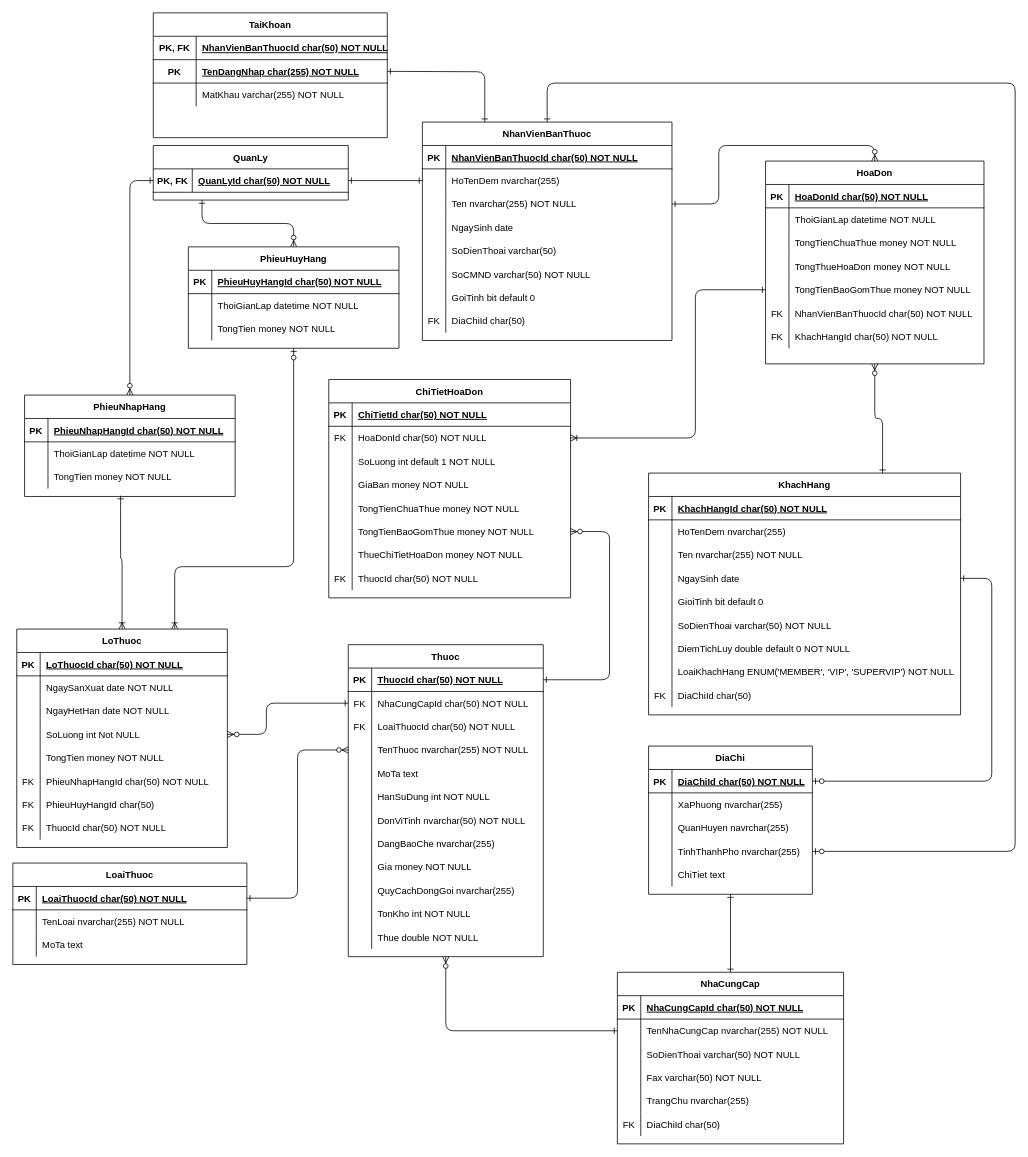
This is phamarcy_ERD.drawio from duchoan6814/Truong-Duc-Hoan, a draw.io file, before an edit. Source tidied: cells renumbered, new cells numbered last; positions are measured from the earlier drawing's top-left corner, leaving out a move shared by most shapes. Both pictures are drawn from the tidied source at 78%, with x=0, y=0 at pixel (12, 12).
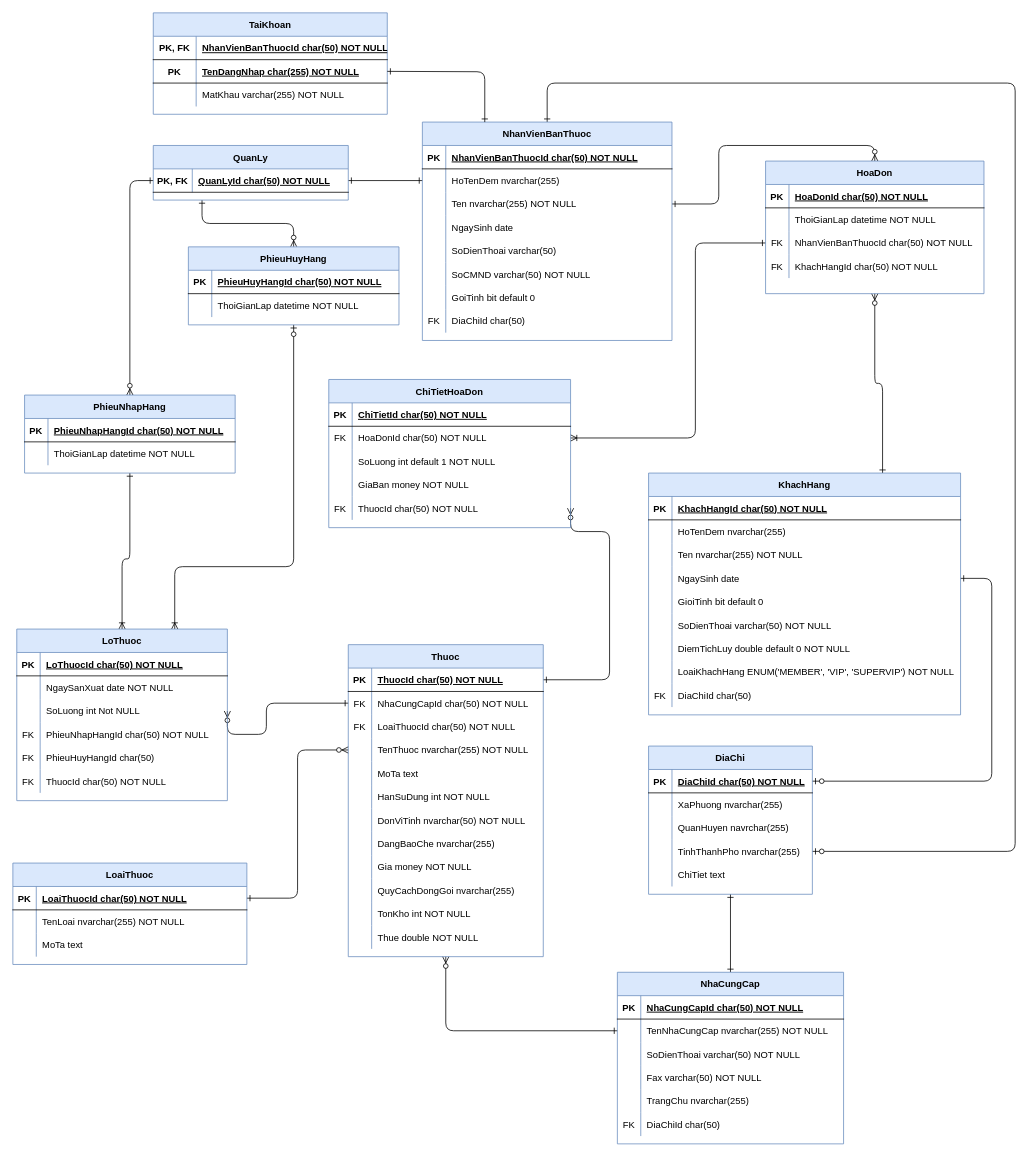
The same page after the edit.

The change refers to these unchanged cells:
```xml
<mxCell id="15" style="shape=partialRectangle;fillColor=none;top=0;left=0;bottom=0;right=0;points=[[0,0.5],[1,0.5]];portConstraint=eastwest;" parent="11" vertex="1">
  <mxGeometry y="60" width="310" height="30" as="geometry" />
</mxCell>
<mxCell id="65" style="shape=partialRectangle;fillColor=none;top=0;left=0;bottom=1;right=0;points=[[0,0.5],[1,0.5]];portConstraint=eastwest;" parent="64" vertex="1">
  <mxGeometry y="30" width="250" height="30" as="geometry" />
</mxCell>
```

The edit, as a diff of the source:
```diff
@@
-    <mxCell id="2" style="edgeStyle=orthogonalEdgeStyle;jettySize=auto;html=1;exitX=0;exitY=0.5;exitDx=0;exitDy=0;entryX=1;entryY=0.5;entryDx=0;entryDy=0;endArrow=ERoneToMany;endFill=0;startArrow=ERone;startFill=0;rounded=1;" parent="1" edge="1" source="53" target="15">
+    <mxCell id="2" style="edgeStyle=orthogonalEdgeStyle;jettySize=auto;html=1;exitX=0;exitY=0.5;exitDx=0;exitDy=0;entryX=1;entryY=0.5;entryDx=0;entryDy=0;endArrow=ERoneToMany;endFill=0;startArrow=ERone;startFill=0;rounded=1;" parent="1" edge="1" target="15">
       <mxGeometry relative="1" as="geometry">
+        <mxPoint x="965" y="295" as="sourcePoint" />
         <Array as="points">
-          <mxPoint x="875" y="355" />
+          <mxPoint x="875" y="295" />
           <mxPoint x="875" y="545" />
         </Array>
       </mxGeometry>
     </mxCell>
-    <mxCell id="3" style="edgeStyle=orthogonalEdgeStyle;rounded=1;jettySize=auto;html=1;exitX=1;exitY=0.5;exitDx=0;exitDy=0;entryX=1;entryY=0.5;entryDx=0;entryDy=0;startArrow=ERone;startFill=0;endArrow=ERzeroToMany;endFill=1;" parent="1" edge="1" source="65" target="27">
+    <mxCell id="3" style="edgeStyle=orthogonalEdgeStyle;rounded=1;jettySize=auto;html=1;exitX=1;exitY=0.5;exitDx=0;exitDy=0;entryX=1;entryY=0.5;entryDx=0;entryDy=0;startArrow=ERone;startFill=0;endArrow=ERzeroToMany;endFill=1;" parent="1" edge="1" source="65">
       <mxGeometry relative="1" as="geometry">
+        <mxPoint x="715" y="635" as="targetPoint" />
         <Array as="points">
           <mxPoint x="765" y="855" />
           <mxPoint x="765" y="665" />
         </Array>
       </mxGeometry>
     </mxCell>
@@
-    <mxCell id="11" value="ChiTietHoaDon" style="shape=table;startSize=30;childLayout=tableLayout;rowLines=0;fontStyle=1;align=center;" parent="1" vertex="1">
-      <mxGeometry x="405" y="470" width="310" height="280" as="geometry" />
+    <mxCell id="11" value="ChiTietHoaDon" style="shape=table;startSize=30;childLayout=tableLayout;rowLines=0;fontStyle=1;align=center;fillColor=#dae8fc;strokeColor=#6c8ebf;" parent="1" vertex="1">
+      <mxGeometry x="405" y="470" width="310" height="190" as="geometry" />
     </mxCell>
@@
-    <mxCell id="24" style="shape=partialRectangle;fillColor=none;top=0;left=0;bottom=0;right=0;" parent="11" vertex="1">
-      <mxGeometry y="150" width="310" height="30" as="geometry" />
-    </mxCell>
-    <mxCell id="25" style="shape=partialRectangle;fillColor=none;top=0;left=0;bottom=0;right=0;overflow=hidden;" parent="24" vertex="1">
-      <mxGeometry width="30" height="30" as="geometry" />
-    </mxCell>
-    <mxCell id="26" value="TongTienChuaThue money NOT NULL" style="shape=partialRectangle;fillColor=none;top=0;left=0;bottom=0;right=0;align=left;spacingLeft=6;overflow=hidden;" parent="24" vertex="1">
-      <mxGeometry x="30" width="280" height="30" as="geometry" />
-    </mxCell>
-    <mxCell id="27" style="shape=partialRectangle;fillColor=none;top=0;left=0;bottom=0;right=0;points=[[0,0.5],[1,0.5]];portConstraint=eastwest;" parent="11" vertex="1">
-      <mxGeometry y="180" width="310" height="30" as="geometry" />
-    </mxCell>
-    <mxCell id="28" style="shape=partialRectangle;fillColor=none;top=0;left=0;bottom=0;right=0;overflow=hidden;" parent="27" vertex="1">
-      <mxGeometry width="30" height="30" as="geometry" />
-    </mxCell>
-    <mxCell id="29" value="TongTienBaoGomThue money NOT NULL" style="shape=partialRectangle;fillColor=none;top=0;left=0;bottom=0;right=0;align=left;spacingLeft=6;overflow=hidden;" parent="27" vertex="1">
-      <mxGeometry x="30" width="280" height="30" as="geometry" />
-    </mxCell>
-    <mxCell id="30" style="shape=partialRectangle;fillColor=none;top=0;left=0;bottom=0;right=0;" parent="11" vertex="1">
-      <mxGeometry y="210" width="310" height="30" as="geometry" />
-    </mxCell>
-    <mxCell id="31" style="shape=partialRectangle;fillColor=none;top=0;left=0;bottom=0;right=0;overflow=hidden;" parent="30" vertex="1">
-      <mxGeometry width="30" height="30" as="geometry" />
-    </mxCell>
-    <mxCell id="32" value="ThueChiTietHoaDon money NOT NULL" style="shape=partialRectangle;fillColor=none;top=0;left=0;bottom=0;right=0;align=left;spacingLeft=6;overflow=hidden;" parent="30" vertex="1">
-      <mxGeometry x="30" width="280" height="30" as="geometry" />
-    </mxCell>
     <mxCell id="33" style="shape=partialRectangle;fillColor=none;top=0;left=0;bottom=0;right=0;" parent="11" vertex="1">
-      <mxGeometry y="240" width="310" height="30" as="geometry" />
+      <mxGeometry y="150" width="310" height="30" as="geometry" />
     </mxCell>
@@
-    <mxCell id="39" style="edgeStyle=orthogonalEdgeStyle;jettySize=auto;html=1;exitX=0.5;exitY=0;exitDx=0;exitDy=0;entryX=0.456;entryY=1.3;entryDx=0;entryDy=0;startArrow=ERoneToMany;startFill=0;endArrow=ERone;endFill=0;rounded=1;entryPerimeter=0;" parent="1" edge="1" source="194" target="191">
+    <mxCell id="39" style="edgeStyle=orthogonalEdgeStyle;jettySize=auto;html=1;exitX=0.5;exitY=0;exitDx=0;exitDy=0;entryX=0.5;entryY=1;entryDx=0;entryDy=0;startArrow=ERoneToMany;startFill=0;endArrow=ERone;endFill=0;rounded=1;" parent="1" edge="1" source="194" target="184">
       <mxGeometry relative="1" as="geometry">
         <Array as="points">
           <mxPoint x="140" y="700" />
-          <mxPoint x="138" y="700" />
+          <mxPoint x="150" y="700" />
         </Array>
       </mxGeometry>
     </mxCell>
-    <mxCell id="40" value="HoaDon" style="shape=table;startSize=30;childLayout=tableLayout;rowLines=0;fontStyle=1;align=center;" parent="1" vertex="1">
-      <mxGeometry x="965" y="190" width="280" height="260" as="geometry" />
+    <mxCell id="40" value="HoaDon" style="shape=table;startSize=30;childLayout=tableLayout;rowLines=0;fontStyle=1;align=center;fillColor=#dae8fc;strokeColor=#6c8ebf;" parent="1" vertex="1">
+      <mxGeometry x="965" y="190" width="280" height="170" as="geometry" />
     </mxCell>
@@
-    <mxCell id="47" style="shape=partialRectangle;fillColor=none;top=0;left=0;right=0;bottom=0;" parent="40" vertex="1">
-      <mxGeometry y="90" width="280" height="30" as="geometry" />
-    </mxCell>
-    <mxCell id="48" style="shape=partialRectangle;overflow=hidden;fillColor=none;top=0;left=0;bottom=0;right=0;" parent="47" vertex="1">
-      <mxGeometry width="30" height="30" as="geometry" />
-    </mxCell>
-    <mxCell id="49" value="TongTienChuaThue money NOT NULL" style="shape=partialRectangle;overflow=hidden;fillColor=none;top=0;left=0;bottom=0;right=0;align=left;spacingLeft=6;" parent="47" vertex="1">
-      <mxGeometry x="30" width="250" height="30" as="geometry" />
-    </mxCell>
-    <mxCell id="50" style="shape=partialRectangle;fillColor=none;top=0;left=0;right=0;bottom=0;" parent="40" vertex="1">
-      <mxGeometry y="120" width="280" height="30" as="geometry" />
-    </mxCell>
-    <mxCell id="51" style="shape=partialRectangle;overflow=hidden;fillColor=none;top=0;left=0;bottom=0;right=0;" parent="50" vertex="1">
-      <mxGeometry width="30" height="30" as="geometry" />
-    </mxCell>
-    <mxCell id="52" value="TongThueHoaDon money NOT NULL" style="shape=partialRectangle;overflow=hidden;fillColor=none;top=0;left=0;bottom=0;right=0;align=left;spacingLeft=6;" parent="50" vertex="1">
-      <mxGeometry x="30" width="250" height="30" as="geometry" />
-    </mxCell>
-    <mxCell id="53" style="shape=partialRectangle;fillColor=none;points=[[0,0.5],[1,0.5]];portConstraint=eastwest;top=0;left=0;right=0;bottom=0;" parent="40" vertex="1">
-      <mxGeometry y="150" width="280" height="30" as="geometry" />
-    </mxCell>
-    <mxCell id="54" style="shape=partialRectangle;overflow=hidden;fillColor=none;top=0;left=0;bottom=0;right=0;" parent="53" vertex="1">
-      <mxGeometry width="30" height="30" as="geometry" />
-    </mxCell>
-    <mxCell id="55" value="TongTienBaoGomThue money NOT NULL" style="shape=partialRectangle;overflow=hidden;fillColor=none;top=0;left=0;bottom=0;right=0;align=left;spacingLeft=6;" parent="53" vertex="1">
-      <mxGeometry x="30" width="250" height="30" as="geometry" />
-    </mxCell>
     <mxCell id="56" style="shape=partialRectangle;fillColor=none;top=0;left=0;right=0;bottom=0;" parent="40" vertex="1">
-      <mxGeometry y="180" width="280" height="30" as="geometry" />
+      <mxGeometry y="90" width="280" height="30" as="geometry" />
     </mxCell>
@@
     <mxCell id="59" style="shape=partialRectangle;fillColor=none;top=0;left=0;right=0;bottom=0;" parent="40" vertex="1">
-      <mxGeometry y="210" width="280" height="30" as="geometry" />
+      <mxGeometry y="120" width="280" height="30" as="geometry" />
     </mxCell>
@@
-    <mxCell id="64" value="Thuoc" style="shape=table;startSize=30;childLayout=tableLayout;rowLines=0;fontStyle=1;align=center;" parent="1" vertex="1">
+    <mxCell id="64" value="Thuoc" style="shape=table;startSize=30;childLayout=tableLayout;rowLines=0;fontStyle=1;align=center;fillColor=#dae8fc;strokeColor=#6c8ebf;" parent="1" vertex="1">
       <mxGeometry x="430" y="810" width="250" height="400" as="geometry" />
     </mxCell>
@@
-    <mxCell id="101" value="KhachHang" style="shape=table;startSize=30;childLayout=tableLayout;rowLines=0;fontStyle=1;align=center;" parent="1" vertex="1">
+    <mxCell id="101" value="KhachHang" style="shape=table;startSize=30;childLayout=tableLayout;rowLines=0;fontStyle=1;align=center;fillColor=#dae8fc;strokeColor=#6c8ebf;" parent="1" vertex="1">
       <mxGeometry x="815" y="590" width="400" height="310" as="geometry" />
     </mxCell>
@@
-    <mxCell id="129" value="DiaChi" style="shape=table;startSize=30;childLayout=tableLayout;rowLines=0;fontStyle=1;align=center;" parent="1" vertex="1">
+    <mxCell id="129" value="DiaChi" style="shape=table;startSize=30;childLayout=tableLayout;rowLines=0;fontStyle=1;align=center;fillColor=#dae8fc;strokeColor=#6c8ebf;" parent="1" vertex="1">
       <mxGeometry x="815" y="940" width="210" height="190" as="geometry" />
     </mxCell>
@@
-    <mxCell id="145" value="NhanVienBanThuoc" style="shape=table;startSize=30;childLayout=tableLayout;rowLines=0;fontStyle=1;align=center;" parent="1" vertex="1">
+    <mxCell id="145" value="NhanVienBanThuoc" style="shape=table;startSize=30;childLayout=tableLayout;rowLines=0;fontStyle=1;align=center;fillColor=#dae8fc;strokeColor=#6c8ebf;" parent="1" vertex="1">
       <mxGeometry x="525" y="140" width="320" height="280" as="geometry" />
     </mxCell>
@@
-    <mxCell id="170" value="QuanLy" style="shape=table;startSize=30;childLayout=tableLayout;rowLines=0;fontStyle=1;align=center;" parent="1" vertex="1">
+    <mxCell id="170" value="QuanLy" style="shape=table;startSize=30;childLayout=tableLayout;rowLines=0;fontStyle=1;align=center;fillColor=#dae8fc;strokeColor=#6c8ebf;" parent="1" vertex="1">
       <mxGeometry x="180" y="170" width="250" height="70" as="geometry" />
     </mxCell>
@@
-    <mxCell id="174" value="PhieuHuyHang" style="shape=table;startSize=30;childLayout=tableLayout;rowLines=0;fontStyle=1;align=center;" parent="1" vertex="1">
-      <mxGeometry x="225" y="300" width="270" height="130" as="geometry" />
+    <mxCell id="174" value="PhieuHuyHang" style="shape=table;startSize=30;childLayout=tableLayout;rowLines=0;fontStyle=1;align=center;fillColor=#dae8fc;strokeColor=#6c8ebf;" parent="1" vertex="1">
+      <mxGeometry x="225" y="300" width="270" height="100" as="geometry" />
     </mxCell>
@@
-    <mxCell id="181" style="shape=partialRectangle;fillColor=none;top=0;left=0;bottom=0;right=0;" parent="174" vertex="1">
-      <mxGeometry y="90" width="270" height="30" as="geometry" />
-    </mxCell>
-    <mxCell id="182" style="shape=partialRectangle;fillColor=none;top=0;left=0;bottom=0;right=0;overflow=hidden;" parent="181" vertex="1">
-      <mxGeometry width="30" height="30" as="geometry" />
-    </mxCell>
-    <mxCell id="183" value="TongTien money NOT NULL" style="shape=partialRectangle;fillColor=none;top=0;left=0;bottom=0;right=0;align=left;spacingLeft=6;overflow=hidden;" parent="181" vertex="1">
-      <mxGeometry x="30" width="240" height="30" as="geometry" />
-    </mxCell>
-    <mxCell id="184" value="PhieuNhapHang" style="shape=table;startSize=30;childLayout=tableLayout;rowLines=0;fontStyle=1;align=center;" parent="1" vertex="1">
-      <mxGeometry x="15" y="490" width="270" height="130" as="geometry" />
+    <mxCell id="184" value="PhieuNhapHang" style="shape=table;startSize=30;childLayout=tableLayout;rowLines=0;fontStyle=1;align=center;fillColor=#dae8fc;strokeColor=#6c8ebf;" parent="1" vertex="1">
+      <mxGeometry x="15" y="490" width="270" height="100" as="geometry" />
     </mxCell>
@@
-    <mxCell id="191" style="shape=partialRectangle;fillColor=none;top=0;left=0;bottom=0;right=0;points=[[0,0.5],[1,0.5]];portConstraint=eastwest;" parent="184" vertex="1">
-      <mxGeometry y="90" width="270" height="30" as="geometry" />
-    </mxCell>
-    <mxCell id="192" style="shape=partialRectangle;fillColor=none;top=0;left=0;bottom=0;right=0;overflow=hidden;" parent="191" vertex="1">
-      <mxGeometry width="30" height="30" as="geometry" />
-    </mxCell>
-    <mxCell id="193" value="TongTien money NOT NULL" style="shape=partialRectangle;fillColor=none;top=0;left=0;bottom=0;right=0;align=left;spacingLeft=6;overflow=hidden;" parent="191" vertex="1">
-      <mxGeometry x="30" width="240" height="30" as="geometry" />
-    </mxCell>
-    <mxCell id="194" value="LoThuoc" style="shape=table;startSize=30;childLayout=tableLayout;rowLines=0;fontStyle=1;align=center;" parent="1" vertex="1">
-      <mxGeometry x="5" y="790" width="270" height="280" as="geometry" />
+    <mxCell id="194" value="LoThuoc" style="shape=table;startSize=30;childLayout=tableLayout;rowLines=0;fontStyle=1;align=center;fillColor=#dae8fc;strokeColor=#6c8ebf;" parent="1" vertex="1">
+      <mxGeometry x="5" y="790" width="270" height="220" as="geometry" />
     </mxCell>
@@
-    <mxCell id="201" style="shape=partialRectangle;fillColor=none;top=0;left=0;bottom=0;right=0;" parent="194" vertex="1">
-      <mxGeometry y="90" width="270" height="30" as="geometry" />
-    </mxCell>
-    <mxCell id="202" style="shape=partialRectangle;fillColor=none;top=0;left=0;bottom=0;right=0;overflow=hidden;" parent="201" vertex="1">
-      <mxGeometry width="30" height="30" as="geometry" />
-    </mxCell>
-    <mxCell id="203" value="NgayHetHan date NOT NULL" style="shape=partialRectangle;fillColor=none;top=0;left=0;bottom=0;right=0;align=left;spacingLeft=6;overflow=hidden;" parent="201" vertex="1">
-      <mxGeometry x="30" width="240" height="30" as="geometry" />
-    </mxCell>
     <mxCell id="204" style="shape=partialRectangle;fillColor=none;top=0;left=0;bottom=0;right=0;points=[[0,0.5],[1,0.5]];portConstraint=eastwest;" parent="194" vertex="1">
-      <mxGeometry y="120" width="270" height="30" as="geometry" />
+      <mxGeometry y="90" width="270" height="30" as="geometry" />
     </mxCell>
@@
-    <mxCell id="207" style="shape=partialRectangle;fillColor=none;top=0;left=0;bottom=0;right=0;" parent="194" vertex="1">
-      <mxGeometry y="150" width="270" height="30" as="geometry" />
-    </mxCell>
-    <mxCell id="208" style="shape=partialRectangle;fillColor=none;top=0;left=0;bottom=0;right=0;overflow=hidden;" parent="207" vertex="1">
-      <mxGeometry width="30" height="30" as="geometry" />
-    </mxCell>
-    <mxCell id="209" value="TongTien money NOT NULL" style="shape=partialRectangle;fillColor=none;top=0;left=0;bottom=0;right=0;align=left;spacingLeft=6;overflow=hidden;" parent="207" vertex="1">
-      <mxGeometry x="30" width="240" height="30" as="geometry" />
-    </mxCell>
     <mxCell id="210" style="shape=partialRectangle;fillColor=none;top=0;left=0;bottom=0;right=0;" parent="194" vertex="1">
-      <mxGeometry y="180" width="270" height="30" as="geometry" />
+      <mxGeometry y="120" width="270" height="30" as="geometry" />
     </mxCell>
@@
     <mxCell id="213" style="shape=partialRectangle;fillColor=none;top=0;left=0;bottom=0;right=0;" parent="194" vertex="1">
-      <mxGeometry y="210" width="270" height="30" as="geometry" />
+      <mxGeometry y="150" width="270" height="30" as="geometry" />
     </mxCell>
@@
     <mxCell id="216" style="shape=partialRectangle;fillColor=none;top=0;left=0;bottom=0;right=0;" parent="194" vertex="1">
-      <mxGeometry y="240" width="270" height="30" as="geometry" />
+      <mxGeometry y="180" width="270" height="30" as="geometry" />
     </mxCell>
@@
-    <mxCell id="219" value="LoaiThuoc" style="shape=table;startSize=30;childLayout=tableLayout;rowLines=0;fontStyle=1;align=center;" parent="1" vertex="1">
+    <mxCell id="219" value="LoaiThuoc" style="shape=table;startSize=30;childLayout=tableLayout;rowLines=0;fontStyle=1;align=center;fillColor=#dae8fc;strokeColor=#6c8ebf;" parent="1" vertex="1">
       <mxGeometry y="1090" width="300" height="130" as="geometry" />
     </mxCell>
@@
-    <mxCell id="229" value="NhaCungCap" style="shape=table;startSize=30;childLayout=tableLayout;rowLines=0;fontStyle=1;align=center;" parent="1" vertex="1">
+    <mxCell id="229" value="NhaCungCap" style="shape=table;startSize=30;childLayout=tableLayout;rowLines=0;fontStyle=1;align=center;fillColor=#dae8fc;strokeColor=#6c8ebf;" parent="1" vertex="1">
       <mxGeometry x="775" y="1230" width="290" height="220" as="geometry" />
     </mxCell>
@@
-    <mxCell id="248" value="TaiKhoan" style="shape=table;startSize=30;childLayout=tableLayout;rowLines=0;fontStyle=1;align=center;" parent="1" vertex="1">
-      <mxGeometry x="180" width="300" height="160" as="geometry" />
+    <mxCell id="248" value="TaiKhoan" style="shape=table;startSize=30;childLayout=tableLayout;rowLines=0;fontStyle=1;align=center;fillColor=#dae8fc;strokeColor=#6c8ebf;" parent="1" vertex="1">
+      <mxGeometry x="180" width="300" height="130" as="geometry" />
     </mxCell>
```
